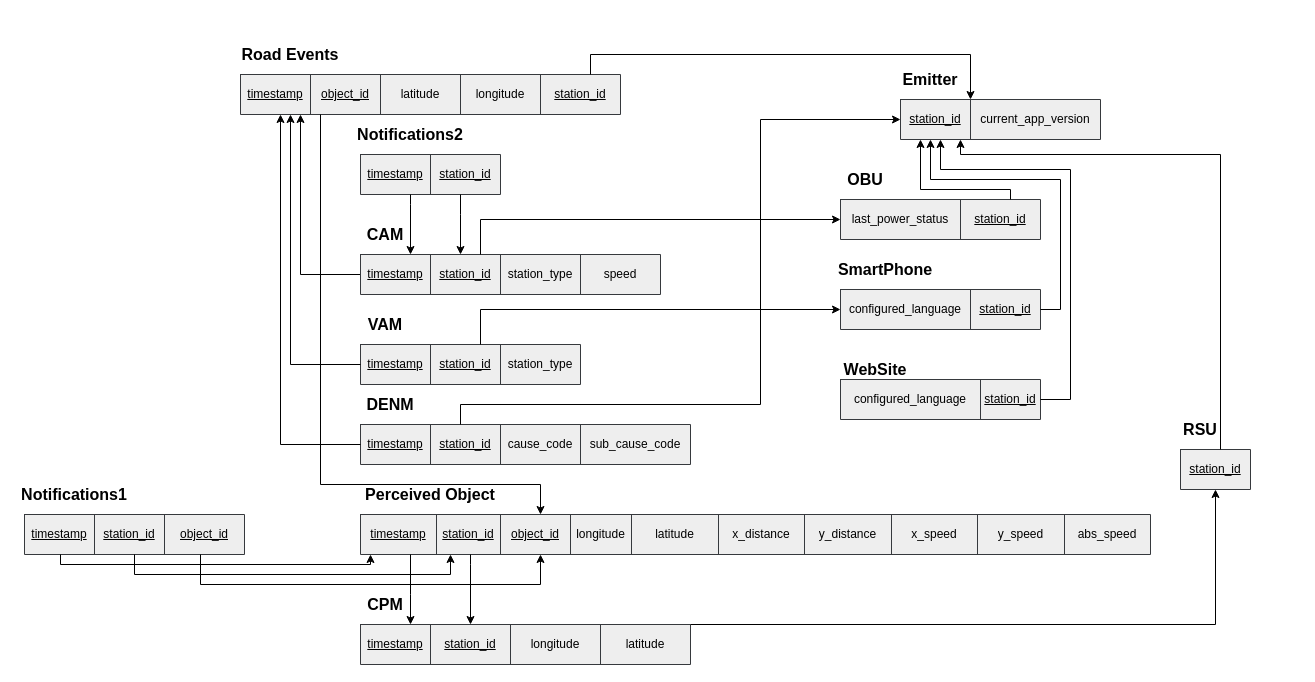
Before: project/er.drawio in Unn4m3DD/db, a draw.io diagram. Source tidied: cells renumbered, new cells numbered last; positions are measured from the earlier drawing's top-left corner, leaving out a move shared by most shapes. Both pictures are drawn from the tidied source at 100%, with x=0, y=0 at pixel (24, 44).
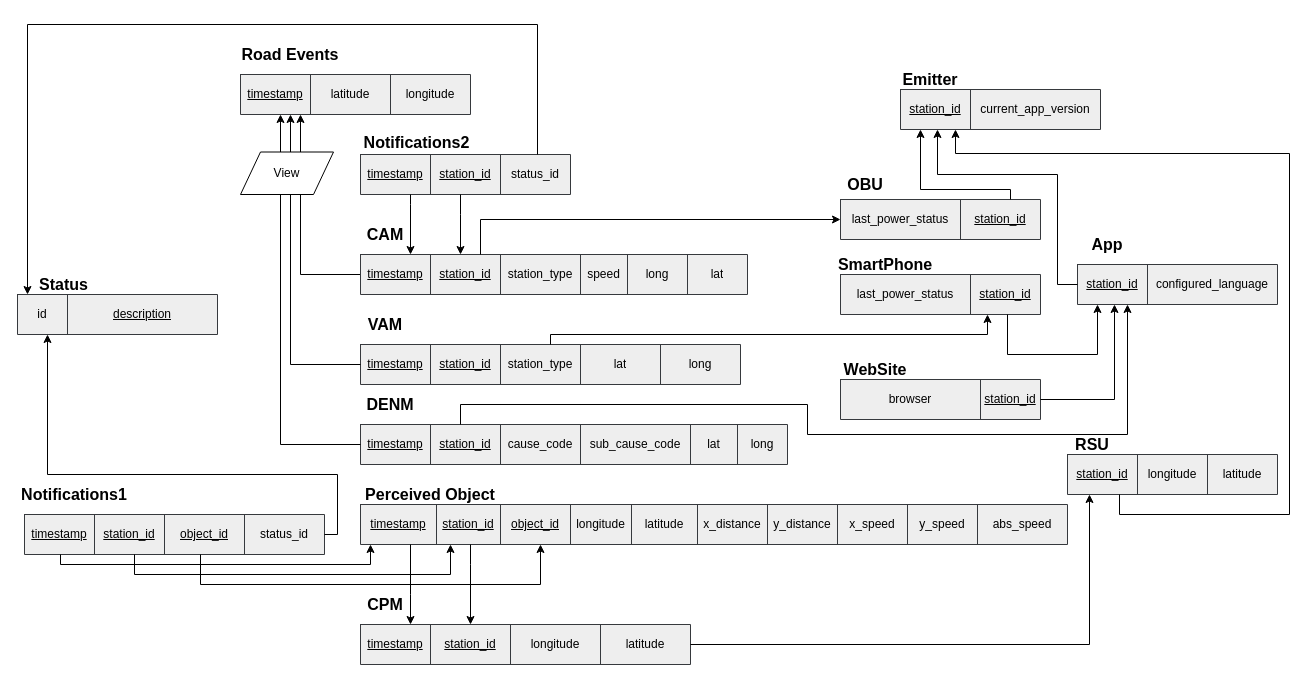
Above is the later version.

The change refers to these unchanged cells:
```xml
<mxCell id="45" style="shape=partialRectangle;html=1;whiteSpace=wrap;fillColor=none;top=0;left=0;bottom=0;right=0;points=[[0,0.5],[1,0.5]];portConstraint=eastwest;" parent="44" vertex="1">
  <mxGeometry width="330" height="40" as="geometry" />
</mxCell>
<mxCell id="52" style="shape=partialRectangle;html=1;whiteSpace=wrap;fillColor=none;top=0;left=0;bottom=0;right=0;points=[[0,0.5],[1,0.5]];portConstraint=eastwest;" parent="51" vertex="1">
  <mxGeometry width="200" height="40" as="geometry" />
</mxCell>
<mxCell id="62" style="shape=partialRectangle;html=1;whiteSpace=wrap;fillColor=none;top=0;left=0;bottom=0;right=0;points=[[0,0.5],[1,0.5]];portConstraint=eastwest;" parent="61" vertex="1">
  <mxGeometry width="200" height="40" as="geometry" />
</mxCell>
<mxCell id="67" style="shape=partialRectangle;html=1;whiteSpace=wrap;fillColor=none;top=0;left=0;bottom=0;right=0;points=[[0,0.5],[1,0.5]];portConstraint=eastwest;" parent="66" vertex="1">
  <mxGeometry width="200" height="40" as="geometry" />
</mxCell>
```

What changed in the source:
```diff
@@
     <mxCell id="2" style="shape=table;html=1;whiteSpace=wrap;startSize=0;childLayout=tableLayout;fillColor=#eeeeee;strokeColor=#36393d;" parent="1" vertex="1">
-      <mxGeometry x="216" y="30" width="380" height="40" as="geometry" />
+      <mxGeometry x="216" y="30" width="230" height="40" as="geometry" />
     </mxCell>
     <mxCell id="3" style="shape=partialRectangle;html=1;whiteSpace=wrap;fillColor=none;top=0;left=0;bottom=0;right=0;points=[[0,0.5],[1,0.5]];portConstraint=eastwest;" parent="2" vertex="1">
-      <mxGeometry width="380" height="40" as="geometry" />
+      <mxGeometry width="230" height="40" as="geometry" />
     </mxCell>
@@
-    <mxCell id="5" value="&lt;u&gt;object_id&lt;/u&gt;" style="shape=partialRectangle;html=1;whiteSpace=wrap;fillColor=none;top=0;left=0;bottom=0;right=0;overflow=hidden;" parent="3" vertex="1">
-      <mxGeometry x="70" width="70" height="40" as="geometry" />
-    </mxCell>
     <mxCell id="6" value="latitude" style="shape=partialRectangle;html=1;whiteSpace=wrap;fillColor=none;top=0;left=0;bottom=0;right=0;overflow=hidden;" parent="3" vertex="1">
-      <mxGeometry x="140" width="80" height="40" as="geometry" />
+      <mxGeometry x="70" width="80" height="40" as="geometry" />
     </mxCell>
     <mxCell id="7" value="longitude" style="shape=partialRectangle;html=1;whiteSpace=wrap;fillColor=none;top=0;left=0;bottom=0;right=0;overflow=hidden;" parent="3" vertex="1">
-      <mxGeometry x="220" width="80" height="40" as="geometry" />
+      <mxGeometry x="150" width="80" height="40" as="geometry" />
     </mxCell>
-    <mxCell id="8" value="&lt;u&gt;station_id&lt;/u&gt;" style="shape=partialRectangle;html=1;whiteSpace=wrap;fillColor=none;top=0;left=0;bottom=0;right=0;overflow=hidden;" parent="3" vertex="1">
-      <mxGeometry x="300" width="80" height="40" as="geometry" />
-    </mxCell>
@@
     <mxCell id="11" style="shape=table;html=1;whiteSpace=wrap;startSize=0;childLayout=tableLayout;fillColor=#eeeeee;strokeColor=#36393d;" parent="1" vertex="1">
-      <mxGeometry x="336" y="210" width="300" height="40" as="geometry" />
+      <mxGeometry x="336" y="210" width="387" height="40" as="geometry" />
     </mxCell>
     <mxCell id="12" style="shape=partialRectangle;html=1;whiteSpace=wrap;fillColor=none;top=0;left=0;bottom=0;right=0;points=[[0,0.5],[1,0.5]];portConstraint=eastwest;" parent="11" vertex="1">
-      <mxGeometry width="300" height="40" as="geometry" />
+      <mxGeometry width="387" height="40" as="geometry" />
     </mxCell>
@@
     <mxCell id="16" value="speed" style="shape=partialRectangle;html=1;whiteSpace=wrap;fillColor=none;top=0;left=0;bottom=0;right=0;overflow=hidden;" parent="12" vertex="1">
-      <mxGeometry x="220" width="80" height="40" as="geometry" />
+      <mxGeometry x="220" width="47" height="40" as="geometry" />
     </mxCell>
+    <mxCell id="105" value="long" style="shape=partialRectangle;html=1;whiteSpace=wrap;fillColor=none;top=0;left=0;bottom=0;right=0;overflow=hidden;" parent="12" vertex="1">
+      <mxGeometry x="267" width="60" height="40" as="geometry" />
+    </mxCell>
+    <mxCell id="106" value="lat" style="shape=partialRectangle;html=1;whiteSpace=wrap;fillColor=none;top=0;left=0;bottom=0;right=0;overflow=hidden;" parent="12" vertex="1">
+      <mxGeometry x="327" width="60" height="40" as="geometry" />
+    </mxCell>
@@
     <mxCell id="18" style="shape=table;html=1;whiteSpace=wrap;startSize=0;childLayout=tableLayout;fillColor=#eeeeee;strokeColor=#36393d;" parent="1" vertex="1">
-      <mxGeometry x="336" y="300" width="220" height="40" as="geometry" />
+      <mxGeometry x="336" y="300" width="380" height="40" as="geometry" />
     </mxCell>
     <mxCell id="19" style="shape=partialRectangle;html=1;whiteSpace=wrap;fillColor=none;top=0;left=0;bottom=0;right=0;points=[[0,0.5],[1,0.5]];portConstraint=eastwest;" parent="18" vertex="1">
-      <mxGeometry width="220" height="40" as="geometry" />
+      <mxGeometry width="380" height="40" as="geometry" />
     </mxCell>
@@
+    <mxCell id="107" value="lat" style="shape=partialRectangle;html=1;whiteSpace=wrap;fillColor=none;top=0;left=0;bottom=0;right=0;overflow=hidden;" parent="19" vertex="1">
+      <mxGeometry x="220" width="80" height="40" as="geometry" />
+    </mxCell>
+    <mxCell id="108" value="long" style="shape=partialRectangle;html=1;whiteSpace=wrap;fillColor=none;top=0;left=0;bottom=0;right=0;overflow=hidden;" parent="19" vertex="1">
+      <mxGeometry x="300" width="80" height="40" as="geometry" />
+    </mxCell>
@@
     <mxCell id="24" style="shape=table;html=1;whiteSpace=wrap;startSize=0;childLayout=tableLayout;fillColor=#eeeeee;strokeColor=#36393d;" parent="1" vertex="1">
-      <mxGeometry x="336" y="380" width="330" height="40" as="geometry" />
+      <mxGeometry x="336" y="380" width="427" height="40" as="geometry" />
     </mxCell>
     <mxCell id="25" style="shape=partialRectangle;html=1;whiteSpace=wrap;fillColor=none;top=0;left=0;bottom=0;right=0;points=[[0,0.5],[1,0.5]];portConstraint=eastwest;" parent="24" vertex="1">
-      <mxGeometry width="330" height="40" as="geometry" />
+      <mxGeometry width="427" height="40" as="geometry" />
     </mxCell>
@@
+    <mxCell id="109" value="lat" style="shape=partialRectangle;html=1;whiteSpace=wrap;fillColor=none;top=0;left=0;bottom=0;right=0;overflow=hidden;" parent="25" vertex="1">
+      <mxGeometry x="330" width="47" height="40" as="geometry" />
+    </mxCell>
+    <mxCell id="110" value="long" style="shape=partialRectangle;html=1;whiteSpace=wrap;fillColor=none;top=0;left=0;bottom=0;right=0;overflow=hidden;" parent="25" vertex="1">
+      <mxGeometry x="377" width="50" height="40" as="geometry" />
+    </mxCell>
@@
     <mxCell id="31" style="shape=table;html=1;whiteSpace=wrap;startSize=0;childLayout=tableLayout;fillColor=#eeeeee;strokeColor=#36393d;" parent="1" vertex="1">
-      <mxGeometry x="336" y="470" width="790" height="40" as="geometry" />
+      <mxGeometry x="336" y="460" width="707" height="40" as="geometry" />
     </mxCell>
     <mxCell id="32" style="shape=partialRectangle;html=1;whiteSpace=wrap;fillColor=none;top=0;left=0;bottom=0;right=0;points=[[0,0.5],[1,0.5]];portConstraint=eastwest;" parent="31" vertex="1">
-      <mxGeometry width="790" height="40" as="geometry" />
+      <mxGeometry width="707" height="40" as="geometry" />
     </mxCell>
@@
     <mxCell id="37" value="latitude" style="shape=partialRectangle;html=1;whiteSpace=wrap;fillColor=none;top=0;left=0;bottom=0;right=0;overflow=hidden;" parent="32" vertex="1">
-      <mxGeometry x="271" width="87" height="40" as="geometry" />
+      <mxGeometry x="271" width="66" height="40" as="geometry" />
     </mxCell>
     <mxCell id="38" value="x_distance" style="shape=partialRectangle;html=1;whiteSpace=wrap;fillColor=none;top=0;left=0;bottom=0;right=0;overflow=hidden;" parent="32" vertex="1">
-      <mxGeometry x="358" width="86" height="40" as="geometry" />
+      <mxGeometry x="337" width="70" height="40" as="geometry" />
     </mxCell>
     <mxCell id="39" value="y_distance" style="shape=partialRectangle;html=1;whiteSpace=wrap;fillColor=none;top=0;left=0;bottom=0;right=0;overflow=hidden;" parent="32" vertex="1">
-      <mxGeometry x="444" width="87" height="40" as="geometry" />
+      <mxGeometry x="407" width="70" height="40" as="geometry" />
     </mxCell>
     <mxCell id="40" value="&lt;span&gt;x_speed&lt;/span&gt;" style="shape=partialRectangle;html=1;whiteSpace=wrap;fillColor=none;top=0;left=0;bottom=0;right=0;overflow=hidden;" parent="32" vertex="1">
-      <mxGeometry x="531" width="86" height="40" as="geometry" />
+      <mxGeometry x="477" width="70" height="40" as="geometry" />
     </mxCell>
     <mxCell id="41" value="&lt;span&gt;y_speed&lt;/span&gt;" style="shape=partialRectangle;html=1;whiteSpace=wrap;fillColor=none;top=0;left=0;bottom=0;right=0;overflow=hidden;" parent="32" vertex="1">
-      <mxGeometry x="617" width="87" height="40" as="geometry" />
+      <mxGeometry x="547" width="70" height="40" as="geometry" />
     </mxCell>
     <mxCell id="42" value="abs_speed" style="shape=partialRectangle;html=1;whiteSpace=wrap;fillColor=none;top=0;left=0;bottom=0;right=0;overflow=hidden;" parent="32" vertex="1">
-      <mxGeometry x="704" width="86" height="40" as="geometry" />
+      <mxGeometry x="617" width="90" height="40" as="geometry" />
     </mxCell>
@@
     <mxCell id="51" style="shape=table;html=1;whiteSpace=wrap;startSize=0;childLayout=tableLayout;fillColor=#eeeeee;strokeColor=#36393d;" parent="1" vertex="1">
-      <mxGeometry x="876" y="55" width="200" height="40" as="geometry" />
+      <mxGeometry x="876" y="45" width="200" height="40" as="geometry" />
     </mxCell>
@@
     <mxCell id="60" value="&lt;span style=&quot;font-size: 16px&quot;&gt;&lt;b&gt;OBU&lt;/b&gt;&lt;/span&gt;" style="text;html=1;strokeColor=none;fillColor=none;align=center;verticalAlign=middle;whiteSpace=wrap;rounded=0;" parent="1" vertex="1">
-      <mxGeometry x="816" y="125" width="50" height="20" as="geometry" />
+      <mxGeometry x="816" y="130" width="50" height="20" as="geometry" />
     </mxCell>
     <mxCell id="61" style="shape=table;html=1;whiteSpace=wrap;startSize=0;childLayout=tableLayout;fillColor=#eeeeee;strokeColor=#36393d;" parent="1" vertex="1">
-      <mxGeometry x="816" y="245" width="200" height="40" as="geometry" />
+      <mxGeometry x="816" y="230" width="200" height="40" as="geometry" />
     </mxCell>
@@
-    <mxCell id="63" value="&lt;span&gt;configured_language&lt;/span&gt;" style="shape=partialRectangle;html=1;whiteSpace=wrap;fillColor=none;top=0;left=0;bottom=0;right=0;overflow=hidden;" parent="62" vertex="1">
+    <mxCell id="63" value="&lt;span&gt;last_power_status&lt;/span&gt;" style="shape=partialRectangle;html=1;whiteSpace=wrap;fillColor=none;top=0;left=0;bottom=0;right=0;overflow=hidden;" parent="62" vertex="1">
       <mxGeometry width="130" height="40" as="geometry" />
     </mxCell>
@@
     <mxCell id="65" value="&lt;span style=&quot;font-size: 16px&quot;&gt;&lt;b&gt;SmartPhone&lt;/b&gt;&lt;/span&gt;" style="text;html=1;strokeColor=none;fillColor=none;align=center;verticalAlign=middle;whiteSpace=wrap;rounded=0;" parent="1" vertex="1">
-      <mxGeometry x="816" y="215" width="90" height="20" as="geometry" />
+      <mxGeometry x="816" y="210" width="90" height="20" as="geometry" />
     </mxCell>
@@
-    <mxCell id="68" value="&lt;span&gt;configured_language&lt;/span&gt;" style="shape=partialRectangle;html=1;whiteSpace=wrap;fillColor=none;top=0;left=0;bottom=0;right=0;overflow=hidden;" parent="67" vertex="1">
+    <mxCell id="68" value="&lt;span&gt;browser&lt;/span&gt;" style="shape=partialRectangle;html=1;whiteSpace=wrap;fillColor=none;top=0;left=0;bottom=0;right=0;overflow=hidden;" parent="67" vertex="1">
       <mxGeometry width="140" height="40" as="geometry" />
     </mxCell>
@@
     <mxCell id="71" style="shape=table;html=1;whiteSpace=wrap;startSize=0;childLayout=tableLayout;fillColor=#eeeeee;strokeColor=#36393d;" parent="1" vertex="1">
-      <mxGeometry x="1156" y="405" width="70" height="40" as="geometry" />
+      <mxGeometry x="1043" y="410" width="210" height="40" as="geometry" />
     </mxCell>
     <mxCell id="72" style="shape=partialRectangle;html=1;whiteSpace=wrap;fillColor=none;top=0;left=0;bottom=0;right=0;points=[[0,0.5],[1,0.5]];portConstraint=eastwest;" parent="71" vertex="1">
-      <mxGeometry width="70" height="40" as="geometry" />
+      <mxGeometry width="210" height="40" as="geometry" />
     </mxCell>
@@
+    <mxCell id="111" value="&lt;span&gt;longitude&lt;/span&gt;" style="shape=partialRectangle;html=1;whiteSpace=wrap;fillColor=none;top=0;left=0;bottom=0;right=0;overflow=hidden;" parent="72" vertex="1">
+      <mxGeometry x="70" width="70" height="40" as="geometry" />
+    </mxCell>
+    <mxCell id="112" value="&lt;span&gt;latitude&lt;/span&gt;" style="shape=partialRectangle;html=1;whiteSpace=wrap;fillColor=none;top=0;left=0;bottom=0;right=0;overflow=hidden;" parent="72" vertex="1">
+      <mxGeometry x="140" width="70" height="40" as="geometry" />
+    </mxCell>
     <mxCell id="74" value="&lt;span style=&quot;font-size: 16px&quot;&gt;&lt;b&gt;RSU&lt;br&gt;&lt;/b&gt;&lt;/span&gt;" style="text;html=1;strokeColor=none;fillColor=none;align=center;verticalAlign=middle;whiteSpace=wrap;rounded=0;" parent="1" vertex="1">
-      <mxGeometry x="1156" y="375" width="40" height="20" as="geometry" />
+      <mxGeometry x="1048" y="390" width="40" height="20" as="geometry" />
     </mxCell>
     <mxCell id="75" style="shape=table;html=1;whiteSpace=wrap;startSize=0;childLayout=tableLayout;fillColor=#eeeeee;strokeColor=#36393d;" parent="1" vertex="1">
-      <mxGeometry x="336" y="110" width="140" height="40" as="geometry" />
+      <mxGeometry x="336" y="110" width="210" height="40" as="geometry" />
     </mxCell>
     <mxCell id="76" style="shape=partialRectangle;html=1;whiteSpace=wrap;fillColor=none;top=0;left=0;bottom=0;right=0;points=[[0,0.5],[1,0.5]];portConstraint=eastwest;" parent="75" vertex="1">
-      <mxGeometry width="140" height="40" as="geometry" />
+      <mxGeometry width="210" height="40" as="geometry" />
     </mxCell>
@@
+    <mxCell id="113" value="&lt;span&gt;status_id&lt;/span&gt;" style="shape=partialRectangle;html=1;whiteSpace=wrap;fillColor=none;top=0;left=0;bottom=0;right=0;overflow=hidden;" parent="76" vertex="1">
+      <mxGeometry x="140" width="70" height="40" as="geometry" />
+    </mxCell>
     <mxCell id="79" value="&lt;span style=&quot;font-size: 16px&quot;&gt;&lt;b&gt;Notifications2&lt;/b&gt;&lt;/span&gt;" style="text;html=1;strokeColor=none;fillColor=none;align=center;verticalAlign=middle;whiteSpace=wrap;rounded=0;" parent="1" vertex="1">
-      <mxGeometry x="336" y="80" width="100" height="20" as="geometry" />
+      <mxGeometry x="336" y="87.5" width="113" height="20" as="geometry" />
     </mxCell>
@@
-    <mxCell id="81" style="edgeStyle=orthogonalEdgeStyle;rounded=0;jettySize=auto;html=1;" parent="1" edge="1" source="62" target="52">
+    <mxCell id="81" style="edgeStyle=orthogonalEdgeStyle;rounded=0;jettySize=auto;html=1;" parent="1" edge="1" source="62" target="125">
       <mxGeometry relative="1" as="geometry">
         <Array as="points">
-          <mxPoint x="1036" y="265" />
-          <mxPoint x="1036" y="135" />
-          <mxPoint x="906" y="135" />
+          <mxPoint x="983" y="310" />
+          <mxPoint x="1073" y="310" />
         </Array>
       </mxGeometry>
     </mxCell>
@@
-    <mxCell id="84" style="edgeStyle=orthogonalEdgeStyle;rounded=0;jettySize=auto;html=1;" parent="1" edge="1" source="3" target="52">
-      <mxGeometry relative="1" as="geometry">
-        <Array as="points">
-          <mxPoint x="566" y="10" />
-          <mxPoint x="946" y="10" />
-        </Array>
-      </mxGeometry>
-    </mxCell>
-    <mxCell id="85" style="edgeStyle=orthogonalEdgeStyle;rounded=0;jettySize=auto;html=1;" parent="1" edge="1" source="67" target="52">
+    <mxCell id="85" style="edgeStyle=orthogonalEdgeStyle;rounded=0;jettySize=auto;html=1;" parent="1" edge="1" source="67" target="125">
       <mxGeometry relative="1" as="geometry">
         <Array as="points">
-          <mxPoint x="1046" y="355" />
-          <mxPoint x="1046" y="125" />
-          <mxPoint x="916" y="125" />
+          <mxPoint x="1090" y="355" />
         </Array>
       </mxGeometry>
     </mxCell>
     <mxCell id="86" style="edgeStyle=orthogonalEdgeStyle;rounded=0;jettySize=auto;html=1;" parent="1" edge="1" source="72" target="52">
       <mxGeometry relative="1" as="geometry">
         <Array as="points">
-          <mxPoint x="1196" y="110" />
-          <mxPoint x="936" y="110" />
+          <mxPoint x="1095" y="470" />
+          <mxPoint x="1265" y="470" />
+          <mxPoint x="1265" y="109" />
+          <mxPoint x="931" y="109" />
         </Array>
       </mxGeometry>
     </mxCell>
@@
     <mxCell id="88" style="edgeStyle=orthogonalEdgeStyle;rounded=0;jettySize=auto;html=1;" parent="1" edge="1" source="19" target="62">
       <mxGeometry relative="1" as="geometry">
         <Array as="points">
-          <mxPoint x="456" y="265" />
+          <mxPoint x="526" y="290" />
+          <mxPoint x="963" y="290" />
         </Array>
       </mxGeometry>
     </mxCell>
-    <mxCell id="89" style="edgeStyle=orthogonalEdgeStyle;rounded=0;jettySize=auto;html=1;" parent="1" edge="1" source="25" target="52">
+    <mxCell id="89" style="edgeStyle=orthogonalEdgeStyle;rounded=0;jettySize=auto;html=1;" parent="1" edge="1" source="25" target="125">
       <mxGeometry relative="1" as="geometry">
         <Array as="points">
           <mxPoint x="436" y="360" />
-          <mxPoint x="736" y="360" />
-          <mxPoint x="736" y="75" />
+          <mxPoint x="783" y="360" />
+          <mxPoint x="783" y="390" />
+          <mxPoint x="1103" y="390" />
         </Array>
       </mxGeometry>
     </mxCell>
@@
-    <mxCell id="92" style="edgeStyle=orthogonalEdgeStyle;rounded=0;jettySize=auto;html=1;" parent="1" edge="1" source="3" target="32">
-      <mxGeometry relative="1" as="geometry">
-        <Array as="points">
-          <mxPoint x="296" y="440" />
-          <mxPoint x="516" y="440" />
-        </Array>
-      </mxGeometry>
-    </mxCell>
     <mxCell id="93" style="edgeStyle=orthogonalEdgeStyle;rounded=0;jettySize=auto;html=1;" parent="1" edge="1" source="45" target="72">
       <mxGeometry relative="1" as="geometry">
         <Array as="points">
-          <mxPoint x="1191" y="580" />
+          <mxPoint x="1065" y="600" />
         </Array>
       </mxGeometry>
     </mxCell>
     <mxCell id="94" style="shape=table;html=1;whiteSpace=wrap;startSize=0;childLayout=tableLayout;fillColor=#eeeeee;strokeColor=#36393d;" parent="1" vertex="1">
-      <mxGeometry y="470" width="220" height="40" as="geometry" />
+      <mxGeometry y="470" width="300" height="40" as="geometry" />
     </mxCell>
     <mxCell id="95" style="shape=partialRectangle;html=1;whiteSpace=wrap;fillColor=none;top=0;left=0;bottom=0;right=0;points=[[0,0.5],[1,0.5]];portConstraint=eastwest;" parent="94" vertex="1">
-      <mxGeometry width="220" height="40" as="geometry" />
+      <mxGeometry width="300" height="40" as="geometry" />
     </mxCell>
@@
+    <mxCell id="114" value="status_id" style="shape=partialRectangle;html=1;whiteSpace=wrap;fillColor=none;top=0;left=0;bottom=0;right=0;overflow=hidden;" parent="95" vertex="1">
+      <mxGeometry x="220" width="80" height="40" as="geometry" />
+    </mxCell>
@@
+    <mxCell id="115" value="View" style="shape=parallelogram;perimeter=parallelogramPerimeter;whiteSpace=wrap;html=1;fixedSize=1;" parent="1" vertex="1">
+      <mxGeometry x="216" y="107.5" width="93" height="42.5" as="geometry" />
+    </mxCell>
+    <mxCell id="116" style="shape=table;html=1;whiteSpace=wrap;startSize=0;childLayout=tableLayout;fillColor=#eeeeee;strokeColor=#36393d;" parent="1" vertex="1">
+      <mxGeometry x="-7" y="250" width="200" height="40" as="geometry" />
+    </mxCell>
+    <mxCell id="117" style="shape=partialRectangle;html=1;whiteSpace=wrap;fillColor=none;top=0;left=0;bottom=0;right=0;points=[[0,0.5],[1,0.5]];portConstraint=eastwest;" parent="116" vertex="1">
+      <mxGeometry width="200" height="40" as="geometry" />
+    </mxCell>
+    <mxCell id="118" value="&lt;span&gt;id&lt;/span&gt;" style="shape=partialRectangle;html=1;whiteSpace=wrap;fillColor=none;top=0;left=0;bottom=0;right=0;overflow=hidden;" parent="117" vertex="1">
+      <mxGeometry width="50" height="40" as="geometry" />
+    </mxCell>
+    <mxCell id="119" value="&lt;u&gt;description&lt;/u&gt;" style="shape=partialRectangle;html=1;whiteSpace=wrap;fillColor=none;top=0;left=0;bottom=0;right=0;overflow=hidden;" parent="117" vertex="1">
+      <mxGeometry x="50" width="150" height="40" as="geometry" />
+    </mxCell>
+    <mxCell id="120" value="&lt;span style=&quot;font-size: 16px&quot;&gt;&lt;b&gt;Status&lt;/b&gt;&lt;/span&gt;" style="text;html=1;strokeColor=none;fillColor=none;align=center;verticalAlign=middle;whiteSpace=wrap;rounded=0;" parent="1" vertex="1">
+      <mxGeometry x="13" y="230" width="53" height="20" as="geometry" />
+    </mxCell>
+    <mxCell id="121" style="edgeStyle=orthogonalEdgeStyle;rounded=0;jettySize=auto;html=1;" parent="1" edge="1" source="76" target="117">
+      <mxGeometry relative="1" as="geometry">
+        <Array as="points">
+          <mxPoint x="513" y="-20" />
+          <mxPoint x="3" y="-20" />
+        </Array>
+      </mxGeometry>
+    </mxCell>
+    <mxCell id="122" style="edgeStyle=orthogonalEdgeStyle;rounded=0;jettySize=auto;html=1;" parent="1" edge="1" source="95" target="117">
+      <mxGeometry relative="1" as="geometry">
+        <Array as="points">
+          <mxPoint x="313" y="490" />
+          <mxPoint x="313" y="430" />
+          <mxPoint x="23" y="430" />
+        </Array>
+      </mxGeometry>
+    </mxCell>
+    <mxCell id="123" style="edgeStyle=orthogonalEdgeStyle;rounded=0;orthogonalLoop=1;jettySize=auto;html=1;exitX=0.5;exitY=1;exitDx=0;exitDy=0;" parent="1" edge="1" source="120" target="120">
+      <mxGeometry relative="1" as="geometry" />
+    </mxCell>
+    <mxCell id="124" style="shape=table;html=1;whiteSpace=wrap;startSize=0;childLayout=tableLayout;fillColor=#eeeeee;strokeColor=#36393d;" parent="1" vertex="1">
+      <mxGeometry x="1053" y="220" width="200" height="40" as="geometry" />
+    </mxCell>
+    <mxCell id="125" style="shape=partialRectangle;html=1;whiteSpace=wrap;fillColor=none;top=0;left=0;bottom=0;right=0;points=[[0,0.5],[1,0.5]];portConstraint=eastwest;" parent="124" vertex="1">
+      <mxGeometry width="200" height="40" as="geometry" />
+    </mxCell>
+    <mxCell id="8" value="&lt;u&gt;station_id&lt;/u&gt;" style="shape=partialRectangle;html=1;whiteSpace=wrap;fillColor=none;top=0;left=0;bottom=0;right=0;overflow=hidden;" parent="125" vertex="1">
+      <mxGeometry width="70" height="40" as="geometry" />
+    </mxCell>
+    <mxCell id="126" value="configured_language" style="shape=partialRectangle;html=1;whiteSpace=wrap;fillColor=none;top=0;left=0;bottom=0;right=0;overflow=hidden;" parent="125" vertex="1">
+      <mxGeometry x="70" width="130" height="40" as="geometry" />
+    </mxCell>
+    <mxCell id="127" value="&lt;span style=&quot;font-size: 16px&quot;&gt;&lt;b&gt;App&lt;/b&gt;&lt;/span&gt;" style="text;html=1;strokeColor=none;fillColor=none;align=center;verticalAlign=middle;whiteSpace=wrap;rounded=0;" parent="1" vertex="1">
+      <mxGeometry x="1053" y="190" width="60" height="20" as="geometry" />
+    </mxCell>
+    <mxCell id="128" style="edgeStyle=orthogonalEdgeStyle;rounded=0;jettySize=auto;html=1;" parent="1" edge="1" source="125" target="52">
+      <mxGeometry relative="1" as="geometry">
+        <Array as="points">
+          <mxPoint x="1033" y="240" />
+          <mxPoint x="1033" y="130" />
+          <mxPoint x="913" y="130" />
+        </Array>
+      </mxGeometry>
+    </mxCell>
```
